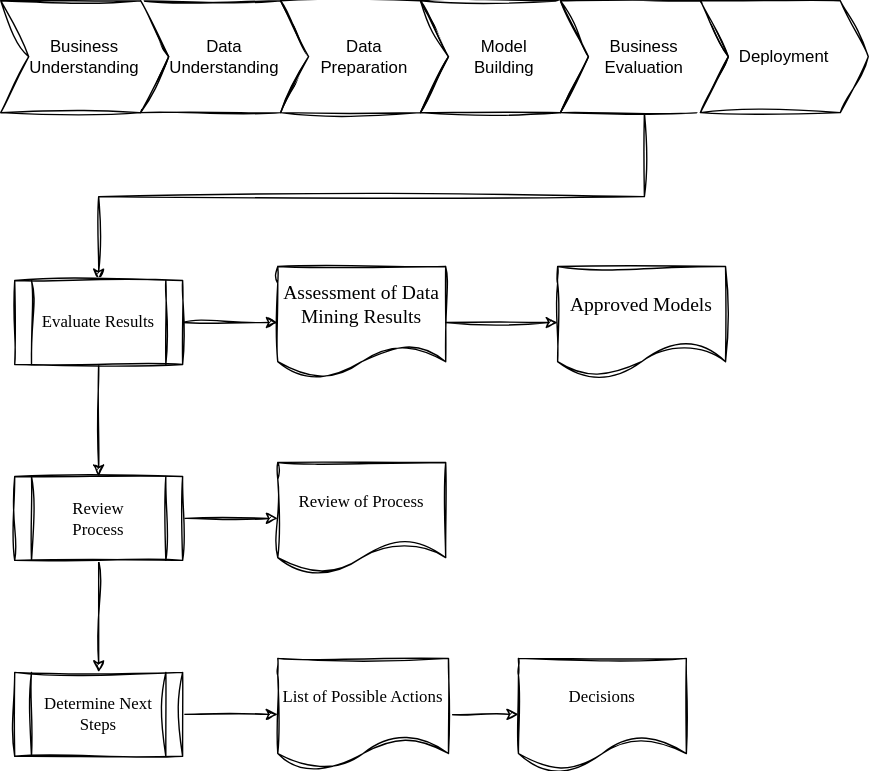
MKS310/datalabnotes keeps this draw.io diagram as _posts/_staging/CRISP-DM-Evaluation.svg. Above is the earlier version. Source tidied: cells renumbered, new cells last; positions are measured from the earlier drawing's top-left corner, leaving out a move shared by most shapes.
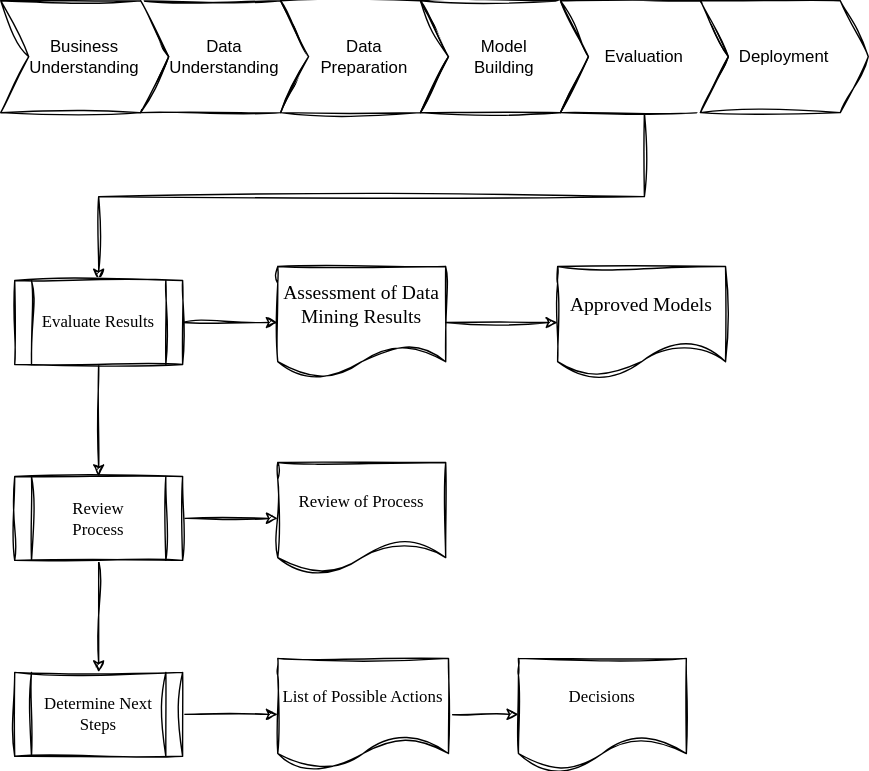
Above is the later version.

Diff of the diagram source:
```diff
@@ -17,7 +17,7 @@
     <mxCell id="6" value="Model &lt;br&gt;Building" style="shape=step;perimeter=stepPerimeter;whiteSpace=wrap;html=1;fixedSize=1;sketch=1;curveFitting=1;jiggle=2;verticalAlign=middle;" parent="1" vertex="1">
       <mxGeometry x="300" width="120" height="80" as="geometry" />
     </mxCell>
-    <mxCell id="7" value="Business&lt;br&gt;Evaluation" style="shape=step;perimeter=stepPerimeter;whiteSpace=wrap;html=1;fixedSize=1;sketch=1;curveFitting=1;jiggle=2;verticalAlign=middle;" parent="1" vertex="1">
+    <mxCell id="7" value="Evaluation" style="shape=step;perimeter=stepPerimeter;whiteSpace=wrap;html=1;fixedSize=1;sketch=1;curveFitting=1;jiggle=2;verticalAlign=middle;" parent="1" vertex="1">
       <mxGeometry x="400" width="120" height="80" as="geometry" />
     </mxCell>
     <mxCell id="8" value="Deployment" style="shape=step;perimeter=stepPerimeter;whiteSpace=wrap;html=1;fixedSize=1;sketch=1;curveFitting=1;jiggle=2;verticalAlign=middle;" parent="1" vertex="1">
```
